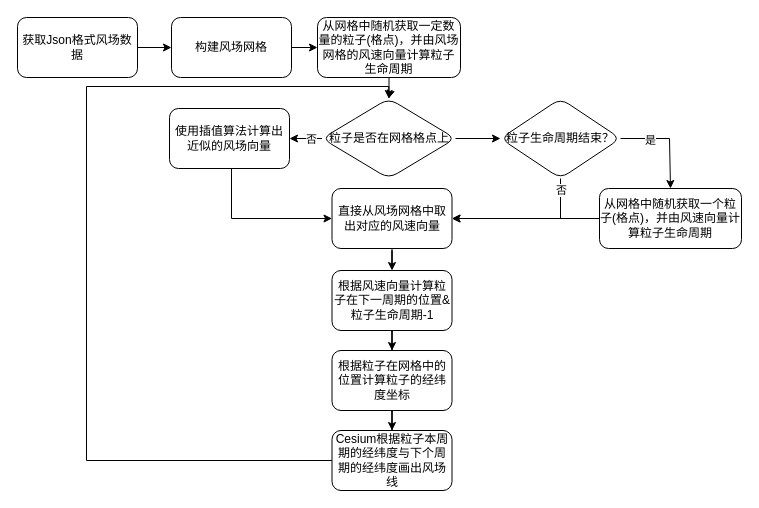
xiangsanliu/drawio keeps this draw.io diagram as particle-draw.drawio. Above is the earlier version. Source tidied: cells renumbered, new cells numbered last; positions are measured from the earlier drawing's top-left corner, leaving out a move shared by most shapes. Both pictures are drawn from the tidied source at 100%, with x=0, y=0 at pixel (17, 17).
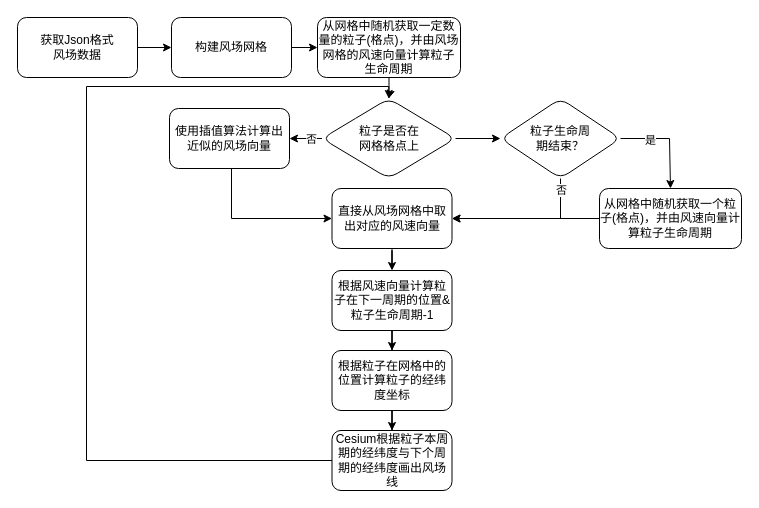
Above is the later version.

What changed in the source:
```diff
@@
-    <mxCell id="3" value="获取Json格式风场数据" style="rounded=1;whiteSpace=wrap;html=1;" parent="1" vertex="1">
+    <mxCell id="3" value="获取Json格式&lt;br&gt;风场数据" style="rounded=1;whiteSpace=wrap;html=1;" parent="1" vertex="1">
       <mxGeometry width="120" height="60" as="geometry" />
     </mxCell>
@@
-    <mxCell id="11" value="粒子是否在网格格点上" style="rhombus;whiteSpace=wrap;html=1;rounded=1;" parent="1" vertex="1">
+    <mxCell id="11" value="粒子是否在&lt;br&gt;网格格点上" style="rhombus;whiteSpace=wrap;html=1;rounded=1;" parent="1" vertex="1">
       <mxGeometry x="304.5" y="81" width="133.5" height="80" as="geometry" />
     </mxCell>
@@
-    <mxCell id="26" value="粒子生命周期结束？" style="rhombus;whiteSpace=wrap;html=1;rounded=1;" parent="1" vertex="1">
+    <mxCell id="26" value="粒子生命周&lt;br&gt;期结束？" style="rhombus;whiteSpace=wrap;html=1;rounded=1;" parent="1" vertex="1">
       <mxGeometry x="483" y="81" width="120" height="80" as="geometry" />
     </mxCell>
```
